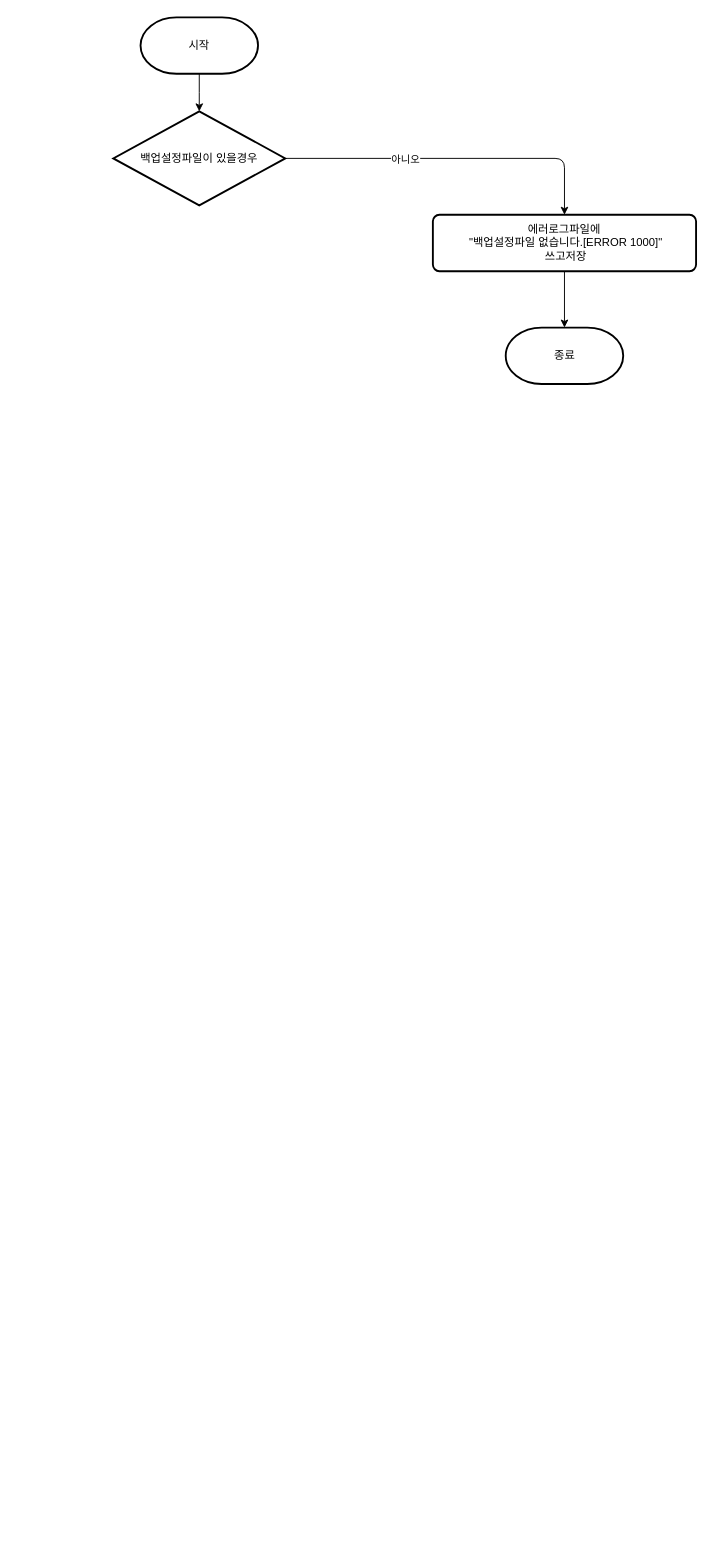
HYMN0324/linux_shell keeps this draw.io diagram as Untitled Diagram.drawio. Above is the earlier version. Source tidied: cells renumbered, new cells numbered last; positions are measured from the earlier drawing's top-left corner, leaving out a move shared by most shapes. Both pictures are drawn from the tidied source at 94%, with x=0, y=0 at pixel (113, 17).
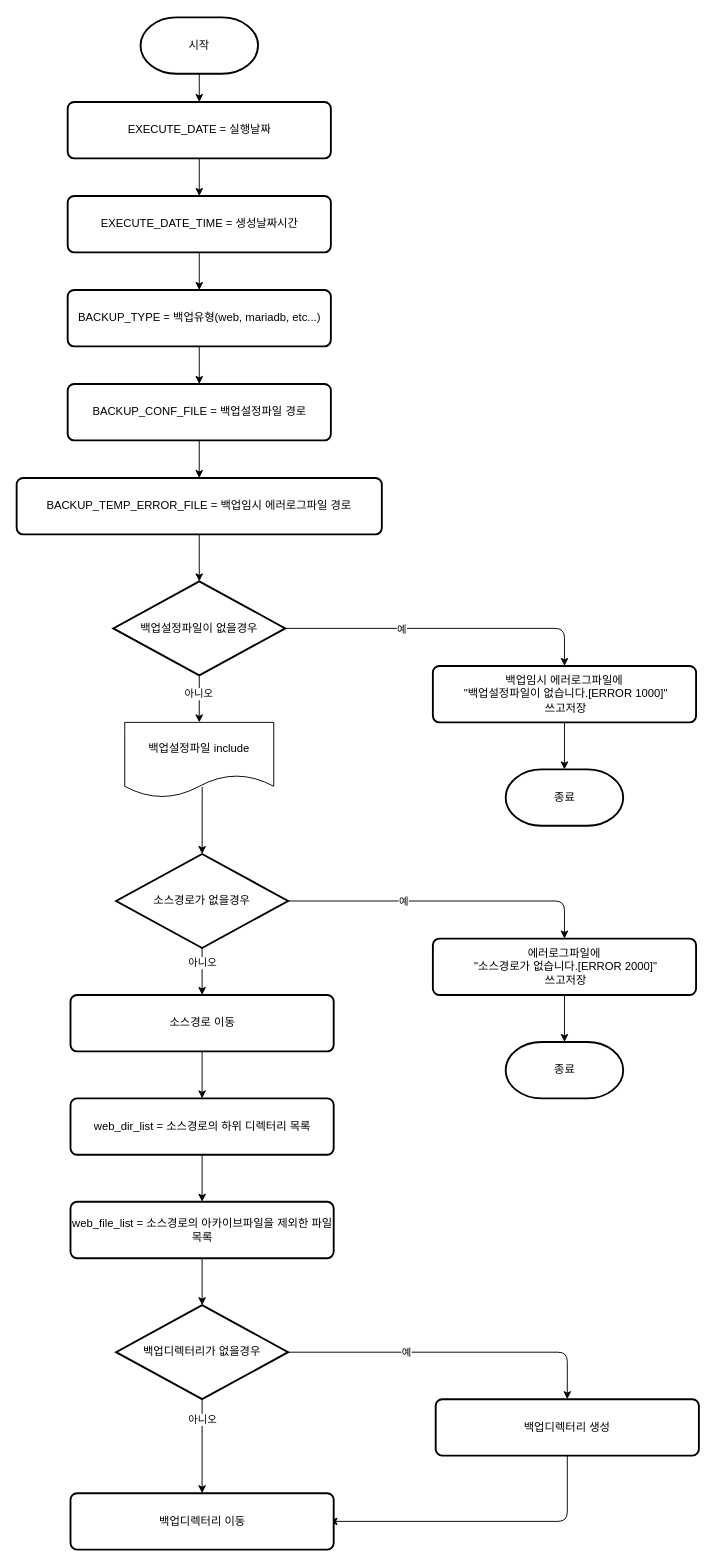
After the change.

The change refers to these unchanged cells:
```xml
<mxCell id="3" value="시작" style="strokeWidth=2;html=1;shape=mxgraph.flowchart.terminator;whiteSpace=wrap;" parent="1" vertex="1">
  <mxGeometry x="29" width="125" height="60" as="geometry" />
</mxCell>
```

Change to the diagram source:
```diff
@@
-    <mxCell id="2" style="edgeStyle=orthogonalEdgeStyle;rounded=0;jettySize=auto;html=1;exitX=0.5;exitY=1;exitDx=0;exitDy=0;exitPerimeter=0;entryX=0.5;entryY=0;entryDx=0;entryDy=0;entryPerimeter=0;" parent="1" edge="1" source="3" target="4">
-      <mxGeometry relative="1" as="geometry">
-        <Array as="points">
-          <mxPoint x="92" y="80" />
-          <mxPoint x="92" y="80" />
-        </Array>
-      </mxGeometry>
-    </mxCell>
@@
-    <mxCell id="4" value="백업설정파일이 있을경우" style="strokeWidth=2;html=1;shape=mxgraph.flowchart.decision;whiteSpace=wrap;" parent="1" vertex="1">
-      <mxGeometry y="100" width="183" height="100" as="geometry" />
+    <mxCell id="4" value="백업설정파일이 없을경우" style="strokeWidth=2;html=1;shape=mxgraph.flowchart.decision;whiteSpace=wrap;" parent="1" vertex="1">
+      <mxGeometry y="600" width="183" height="100" as="geometry" />
     </mxCell>
-    <mxCell id="5" value="에러로그파일에&lt;br&gt;&amp;nbsp;&quot;백업설정파일 없습니다.[ERROR 1000]&quot;&lt;br&gt;&amp;nbsp;쓰고저장" style="rounded=1;whiteSpace=wrap;html=1;absoluteArcSize=1;arcSize=14;strokeWidth=2;" parent="1" vertex="1">
-      <mxGeometry x="340" y="210" width="280" height="60" as="geometry" />
+    <mxCell id="5" value="백업임시 에러로그파일에&lt;br&gt;&amp;nbsp;&quot;백업설정파일이 없습니다.[ERROR 1000]&quot;&lt;br&gt;&amp;nbsp;쓰고저장" style="rounded=1;whiteSpace=wrap;html=1;absoluteArcSize=1;arcSize=14;strokeWidth=2;" parent="1" vertex="1">
+      <mxGeometry x="340" y="690" width="280" height="60" as="geometry" />
     </mxCell>
     <mxCell id="6" value="종료" style="strokeWidth=2;html=1;shape=mxgraph.flowchart.terminator;whiteSpace=wrap;" parent="1" vertex="1">
-      <mxGeometry x="417.5" y="330" width="125" height="60" as="geometry" />
+      <mxGeometry x="417.5" y="800" width="125" height="60" as="geometry" />
     </mxCell>
     <mxCell id="7" style="endArrow=classic;html=1;entryX=0.5;entryY=0;entryDx=0;entryDy=0;exitX=1;exitY=0.5;exitDx=0;exitDy=0;exitPerimeter=0;" parent="1" edge="1" source="4" target="5">
       <mxGeometry relative="1" as="geometry">
         <Array as="points">
-          <mxPoint x="480" y="150" />
+          <mxPoint x="480" y="650" />
         </Array>
       </mxGeometry>
     </mxCell>
-    <mxCell id="8" value="아니오" style="edgeLabel;html=1;align=center;verticalAlign=middle;" parent="7" vertex="1">
+    <mxCell id="8" value="예" style="edgeLabel;html=1;align=center;verticalAlign=middle;" parent="7" vertex="1">
       <mxGeometry x="-0.59" y="-2" relative="1" as="geometry">
         <mxPoint x="54" y="-2" as="offset" />
       </mxGeometry>
     </mxCell>
@@
+    <mxCell id="10" value="EXECUTE_DATE = 실행날짜" style="rounded=1;whiteSpace=wrap;html=1;absoluteArcSize=1;arcSize=14;strokeWidth=2;" parent="1" vertex="1">
+      <mxGeometry x="-48.5" y="90" width="280" height="60" as="geometry" />
+    </mxCell>
+    <mxCell id="11" value="EXECUTE_DATE_TIME = 생성날짜시간" style="rounded=1;whiteSpace=wrap;html=1;absoluteArcSize=1;arcSize=14;strokeWidth=2;" parent="1" vertex="1">
+      <mxGeometry x="-48.5" y="190" width="280" height="60" as="geometry" />
+    </mxCell>
+    <mxCell id="12" value="BACKUP_TYPE = 백업유형(web, mariadb, etc...)" style="rounded=1;whiteSpace=wrap;html=1;absoluteArcSize=1;arcSize=14;strokeWidth=2;" parent="1" vertex="1">
+      <mxGeometry x="-48.5" y="290" width="280" height="60" as="geometry" />
+    </mxCell>
+    <mxCell id="13" value="BACKUP_CONF_FILE = 백업설정파일 경로" style="rounded=1;whiteSpace=wrap;html=1;absoluteArcSize=1;arcSize=14;strokeWidth=2;" parent="1" vertex="1">
+      <mxGeometry x="-48.5" y="390" width="280" height="60" as="geometry" />
+    </mxCell>
+    <mxCell id="14" value="BACKUP_TEMP_ERROR_FILE = 백업임시 에러로그파일 경로" style="rounded=1;whiteSpace=wrap;html=1;absoluteArcSize=1;arcSize=14;strokeWidth=2;" parent="1" vertex="1">
+      <mxGeometry x="-102.8" y="490" width="388.5" height="60" as="geometry" />
+    </mxCell>
+    <mxCell id="15" style="endArrow=classic;html=1;exitX=0.5;exitY=1;exitDx=0;exitDy=0;entryX=0.5;entryY=0;entryDx=0;entryDy=0;" parent="1" edge="1" source="10" target="11">
+      <mxGeometry relative="1" as="geometry" />
+    </mxCell>
+    <mxCell id="16" style="endArrow=classic;html=1;exitX=0.5;exitY=1;exitDx=0;exitDy=0;entryX=0.5;entryY=0;entryDx=0;entryDy=0;" parent="1" edge="1" source="11" target="12">
+      <mxGeometry relative="1" as="geometry" />
+    </mxCell>
+    <mxCell id="17" style="endArrow=classic;html=1;exitX=0.5;exitY=1;exitDx=0;exitDy=0;entryX=0.5;entryY=0;entryDx=0;entryDy=0;" parent="1" edge="1" source="12" target="13">
+      <mxGeometry relative="1" as="geometry" />
+    </mxCell>
+    <mxCell id="18" style="endArrow=classic;html=1;exitX=0.5;exitY=1;exitDx=0;exitDy=0;entryX=0.5;entryY=0;entryDx=0;entryDy=0;" parent="1" edge="1" source="13" target="14">
+      <mxGeometry relative="1" as="geometry" />
+    </mxCell>
+    <mxCell id="19" style="endArrow=classic;html=1;exitX=0.5;exitY=1;exitDx=0;exitDy=0;entryX=0.5;entryY=0;entryDx=0;entryDy=0;entryPerimeter=0;" parent="1" edge="1" source="14" target="4">
+      <mxGeometry relative="1" as="geometry" />
+    </mxCell>
+    <mxCell id="20" value="백업설정파일 include" style="shape=document;whiteSpace=wrap;html=1;boundedLbl=1;" parent="1" vertex="1">
+      <mxGeometry x="12.2" y="750" width="158.5" height="80" as="geometry" />
+    </mxCell>
+    <mxCell id="21" style="endArrow=classic;html=1;exitX=0.5;exitY=1;exitDx=0;exitDy=0;exitPerimeter=0;entryX=0.5;entryY=0;entryDx=0;entryDy=0;" parent="1" edge="1" source="4" target="20">
+      <mxGeometry relative="1" as="geometry" />
+    </mxCell>
+    <mxCell id="22" value="아니오" style="edgeLabel;html=1;align=center;verticalAlign=middle;" parent="21" vertex="1">
+      <mxGeometry x="0.44" y="-1" relative="1" as="geometry">
+        <mxPoint y="-16" as="offset" />
+      </mxGeometry>
+    </mxCell>
+    <mxCell id="23" value="소스경로가 없을경우" style="strokeWidth=2;html=1;shape=mxgraph.flowchart.decision;whiteSpace=wrap;" parent="1" vertex="1">
+      <mxGeometry x="3" y="890" width="183" height="100" as="geometry" />
+    </mxCell>
+    <mxCell id="24" style="endArrow=classic;html=1;entryX=0.5;entryY=0;entryDx=0;entryDy=0;exitX=1;exitY=0.5;exitDx=0;exitDy=0;exitPerimeter=0;" parent="1" edge="1" source="23" target="26">
+      <mxGeometry relative="1" as="geometry">
+        <Array as="points">
+          <mxPoint x="480" y="940" />
+        </Array>
+      </mxGeometry>
+    </mxCell>
+    <mxCell id="25" value="예" style="edgeLabel;html=1;align=center;verticalAlign=middle;" parent="24" vertex="1">
+      <mxGeometry x="-0.59" y="-2" relative="1" as="geometry">
+        <mxPoint x="54" y="-2" as="offset" />
+      </mxGeometry>
+    </mxCell>
+    <mxCell id="26" value="에러로그파일에&lt;br&gt;&amp;nbsp;&quot;소스경로가 없습니다.[ERROR 2000]&quot;&lt;br&gt;&amp;nbsp;쓰고저장" style="rounded=1;whiteSpace=wrap;html=1;absoluteArcSize=1;arcSize=14;strokeWidth=2;" parent="1" vertex="1">
+      <mxGeometry x="340" y="980" width="280" height="60" as="geometry" />
+    </mxCell>
+    <mxCell id="27" style="endArrow=classic;html=1;entryX=0.5;entryY=0;entryDx=0;entryDy=0;entryPerimeter=0;exitX=0.5;exitY=1;exitDx=0;exitDy=0;" parent="1" edge="1" source="26" target="28">
+      <mxGeometry relative="1" as="geometry" />
+    </mxCell>
+    <mxCell id="28" value="종료" style="strokeWidth=2;html=1;shape=mxgraph.flowchart.terminator;whiteSpace=wrap;" parent="1" vertex="1">
+      <mxGeometry x="417.5" y="1090" width="125" height="60" as="geometry" />
+    </mxCell>
+    <mxCell id="29" style="endArrow=classic;html=1;exitX=0.52;exitY=0.858;exitDx=0;exitDy=0;exitPerimeter=0;entryX=0.5;entryY=0;entryDx=0;entryDy=0;entryPerimeter=0;" parent="1" edge="1" source="20" target="23">
+      <mxGeometry relative="1" as="geometry" />
+    </mxCell>
+    <mxCell id="30" value="소스경로 이동" style="rounded=1;whiteSpace=wrap;html=1;absoluteArcSize=1;arcSize=14;strokeWidth=2;" parent="1" vertex="1">
+      <mxGeometry x="-45.5" y="1040" width="280" height="60" as="geometry" />
+    </mxCell>
+    <mxCell id="31" style="endArrow=classic;html=1;exitX=0.5;exitY=1;exitDx=0;exitDy=0;exitPerimeter=0;entryX=0.5;entryY=0;entryDx=0;entryDy=0;" parent="1" edge="1" source="23" target="30">
+      <mxGeometry relative="1" as="geometry" />
+    </mxCell>
+    <mxCell id="32" value="아니오" style="edgeLabel;html=1;align=center;verticalAlign=middle;" parent="31" vertex="1">
+      <mxGeometry x="0.36" relative="1" as="geometry">
+        <mxPoint y="-19" as="offset" />
+      </mxGeometry>
+    </mxCell>
+    <mxCell id="33" value="web_file_list = 소스경로의 아카이브파일을 제외한 파일 목록" style="rounded=1;whiteSpace=wrap;html=1;absoluteArcSize=1;arcSize=14;strokeWidth=2;" parent="1" vertex="1">
+      <mxGeometry x="-45.5" y="1260" width="280" height="60" as="geometry" />
+    </mxCell>
+    <mxCell id="34" value="web_dir_list = 소스경로의 하위 디렉터리 목록" style="rounded=1;whiteSpace=wrap;html=1;absoluteArcSize=1;arcSize=14;strokeWidth=2;" parent="1" vertex="1">
+      <mxGeometry x="-45.5" y="1150" width="280" height="60" as="geometry" />
+    </mxCell>
+    <mxCell id="35" style="endArrow=classic;html=1;exitX=0.5;exitY=1;exitDx=0;exitDy=0;entryX=0.5;entryY=0;entryDx=0;entryDy=0;" parent="1" edge="1" source="30" target="34">
+      <mxGeometry relative="1" as="geometry" />
+    </mxCell>
+    <mxCell id="36" style="endArrow=classic;html=1;exitX=0.5;exitY=1;exitDx=0;exitDy=0;entryX=0.5;entryY=0;entryDx=0;entryDy=0;" parent="1" edge="1" source="34" target="33">
+      <mxGeometry relative="1" as="geometry" />
+    </mxCell>
+    <mxCell id="37" style="endArrow=classic;html=1;exitX=0.5;exitY=1;exitDx=0;exitDy=0;entryX=0.5;entryY=0;entryDx=0;entryDy=0;entryPerimeter=0;" parent="1" edge="1" source="33" target="38">
+      <mxGeometry relative="1" as="geometry" />
+    </mxCell>
+    <mxCell id="38" value="백업디렉터리가 없을경우" style="strokeWidth=2;html=1;shape=mxgraph.flowchart.decision;whiteSpace=wrap;" parent="1" vertex="1">
+      <mxGeometry x="3" y="1370" width="183" height="100" as="geometry" />
+    </mxCell>
+    <mxCell id="39" style="endArrow=classic;html=1;entryX=0.5;entryY=0;entryDx=0;entryDy=0;exitX=1;exitY=0.5;exitDx=0;exitDy=0;exitPerimeter=0;" parent="1" edge="1" source="38" target="41">
+      <mxGeometry relative="1" as="geometry">
+        <Array as="points">
+          <mxPoint x="483" y="1420" />
+        </Array>
+      </mxGeometry>
+    </mxCell>
+    <mxCell id="40" value="예" style="edgeLabel;html=1;align=center;verticalAlign=middle;" parent="39" vertex="1">
+      <mxGeometry x="-0.59" y="-2" relative="1" as="geometry">
+        <mxPoint x="54" y="-2" as="offset" />
+      </mxGeometry>
+    </mxCell>
+    <mxCell id="41" value="백업디렉터리 생성" style="rounded=1;whiteSpace=wrap;html=1;absoluteArcSize=1;arcSize=14;strokeWidth=2;" parent="1" vertex="1">
+      <mxGeometry x="343" y="1470" width="280" height="60" as="geometry" />
+    </mxCell>
+    <mxCell id="42" style="endArrow=classic;html=1;exitX=0.5;exitY=1;exitDx=0;exitDy=0;" parent="1" edge="1" source="41">
+      <mxGeometry relative="1" as="geometry">
+        <mxPoint x="230" y="1600" as="targetPoint" />
+        <Array as="points">
+          <mxPoint x="483" y="1600" />
+        </Array>
+      </mxGeometry>
+    </mxCell>
+    <mxCell id="43" value="백업디렉터리 이동" style="rounded=1;whiteSpace=wrap;html=1;absoluteArcSize=1;arcSize=14;strokeWidth=2;" parent="1" vertex="1">
+      <mxGeometry x="-45.5" y="1570" width="280" height="60" as="geometry" />
+    </mxCell>
+    <mxCell id="44" style="endArrow=classic;html=1;exitX=0.5;exitY=1;exitDx=0;exitDy=0;entryX=0.5;entryY=0;entryDx=0;entryDy=0;exitPerimeter=0;" parent="1" edge="1" source="38" target="43">
+      <mxGeometry relative="1" as="geometry" />
+    </mxCell>
+    <mxCell id="45" value="아니오" style="edgeLabel;html=1;align=center;verticalAlign=middle;" parent="44" vertex="1">
+      <mxGeometry x="-0.58" relative="1" as="geometry" />
+    </mxCell>
+    <mxCell id="46" style="endArrow=classic;html=1;exitX=0.5;exitY=1;exitDx=0;exitDy=0;exitPerimeter=0;entryX=0.5;entryY=0;entryDx=0;entryDy=0;" parent="1" edge="1" source="3" target="10">
+      <mxGeometry relative="1" as="geometry" />
+    </mxCell>
```
